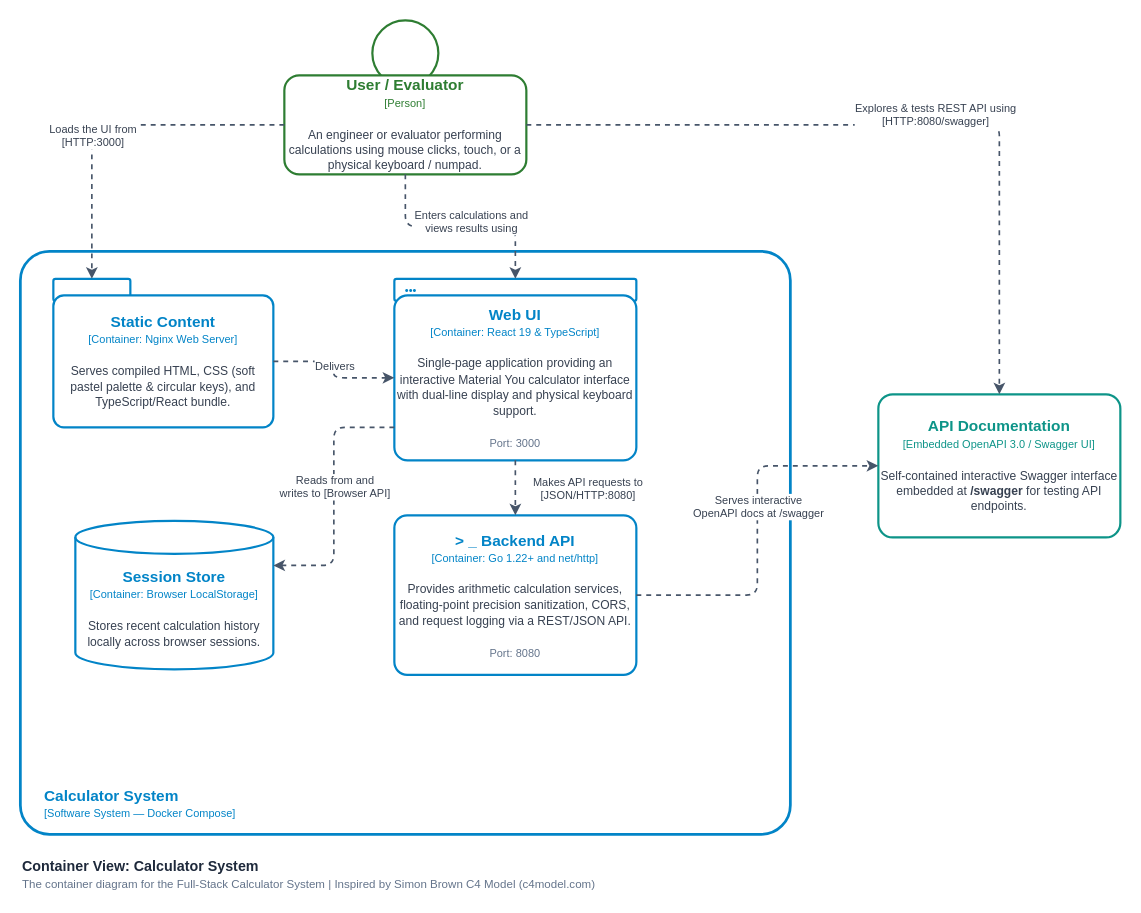
Earlier version of the draw.io diagram page "Container View: Calculator System" (1 of 2) of docs/architecture.drawio (Valeriatm06/Calculator). Source tidied: cells renumbered, new cells numbered last; positions are measured from the earlier drawing's top-left corner, leaving out a move shared by most shapes. Both pictures are drawn from the tidied source at 110%, with x=0, y=0 at pixel (20, 20).
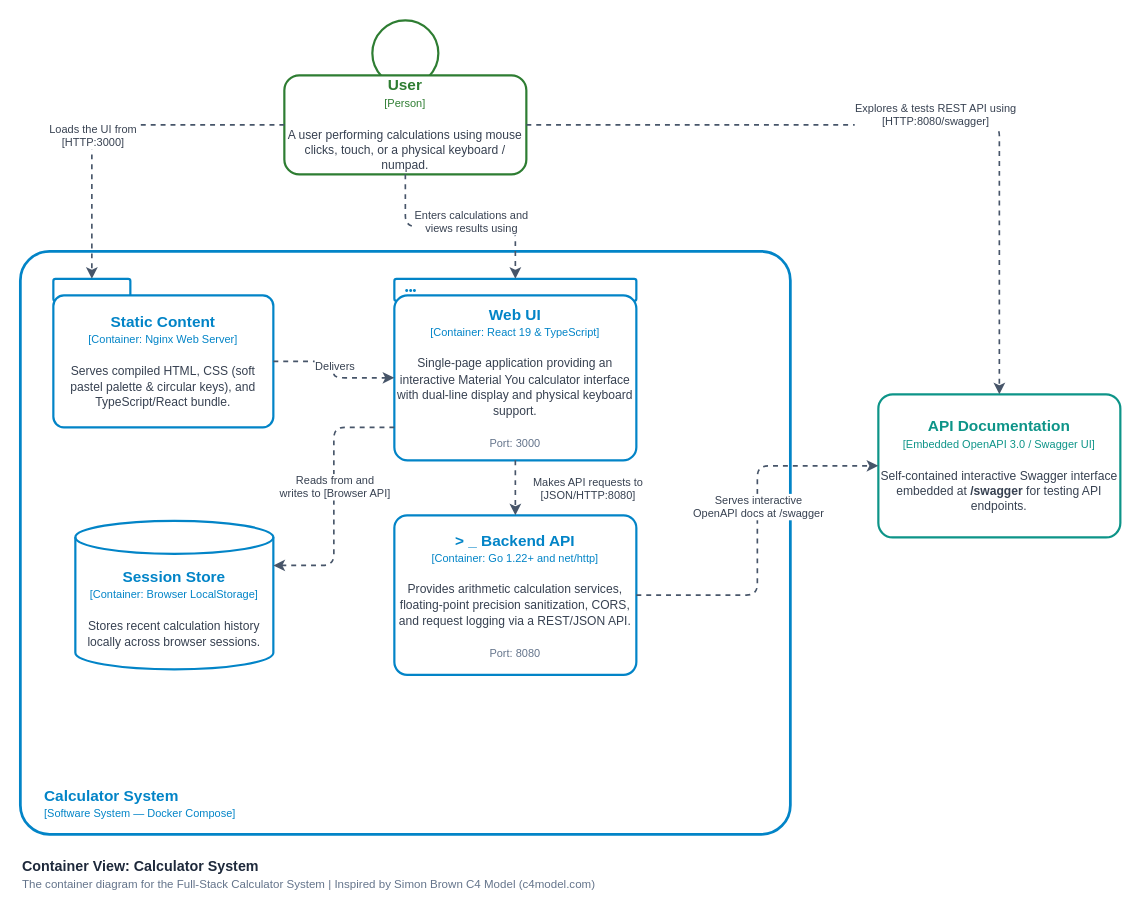
After the change.

Commit message (it also covers changes not shown here):
docs: normalize User actor in C4 diagrams as general application user

The edit, as a diff of the source:
```diff
@@
-    <mxCell id="3" value="&lt;b style=&quot;font-size: 14px; color: #2E7D32;&quot;&gt;User / Evaluator&lt;/b&gt;&lt;br&gt;&lt;span style=&quot;font-size: 10px; color: #2E7D32;&quot;&gt;[Person]&lt;/span&gt;&lt;br&gt;&lt;br&gt;&lt;span style=&quot;font-size: 11px; color: #374151;&quot;&gt;An engineer or evaluator performing calculations using mouse clicks, touch, or a physical keyboard / numpad.&lt;/span&gt;" style="rounded=1;whiteSpace=wrap;html=1;fillColor=#FFFFFF;strokeColor=#2E7D32;strokeWidth=2;arcSize=15;align=center;" parent="1" vertex="1">
+    <mxCell id="3" value="&lt;b style=&quot;font-size: 14px; color: #2E7D32;&quot;&gt;User&lt;/b&gt;&lt;br&gt;&lt;span style=&quot;font-size: 10px; color: #2E7D32;&quot;&gt;[Person]&lt;/span&gt;&lt;br&gt;&lt;br&gt;&lt;span style=&quot;font-size: 11px; color: #374151;&quot;&gt;A user performing calculations using mouse clicks, touch, or a physical keyboard / numpad.&lt;/span&gt;" style="rounded=1;whiteSpace=wrap;html=1;fillColor=#FFFFFF;strokeColor=#2E7D32;strokeWidth=2;arcSize=15;align=center;" parent="1" vertex="1">
       <mxGeometry x="240" y="50" width="220" height="90" as="geometry" />
     </mxCell>
```
